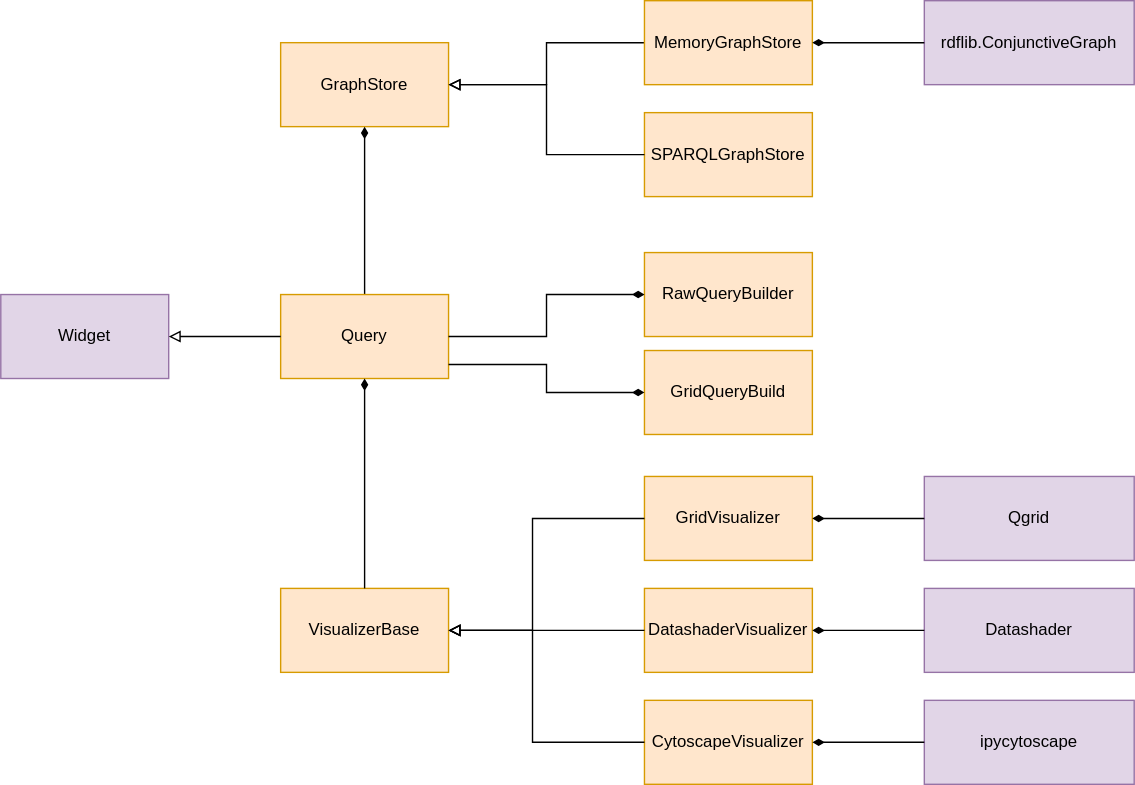
The draw.io diagram design/architecture/architecture.dio.svg in jupyrdf/ipyradiant, before a commit. Source tidied: cells renumbered, new cells last; positions are measured from the earlier drawing's top-left corner, leaving out a move shared by most shapes.
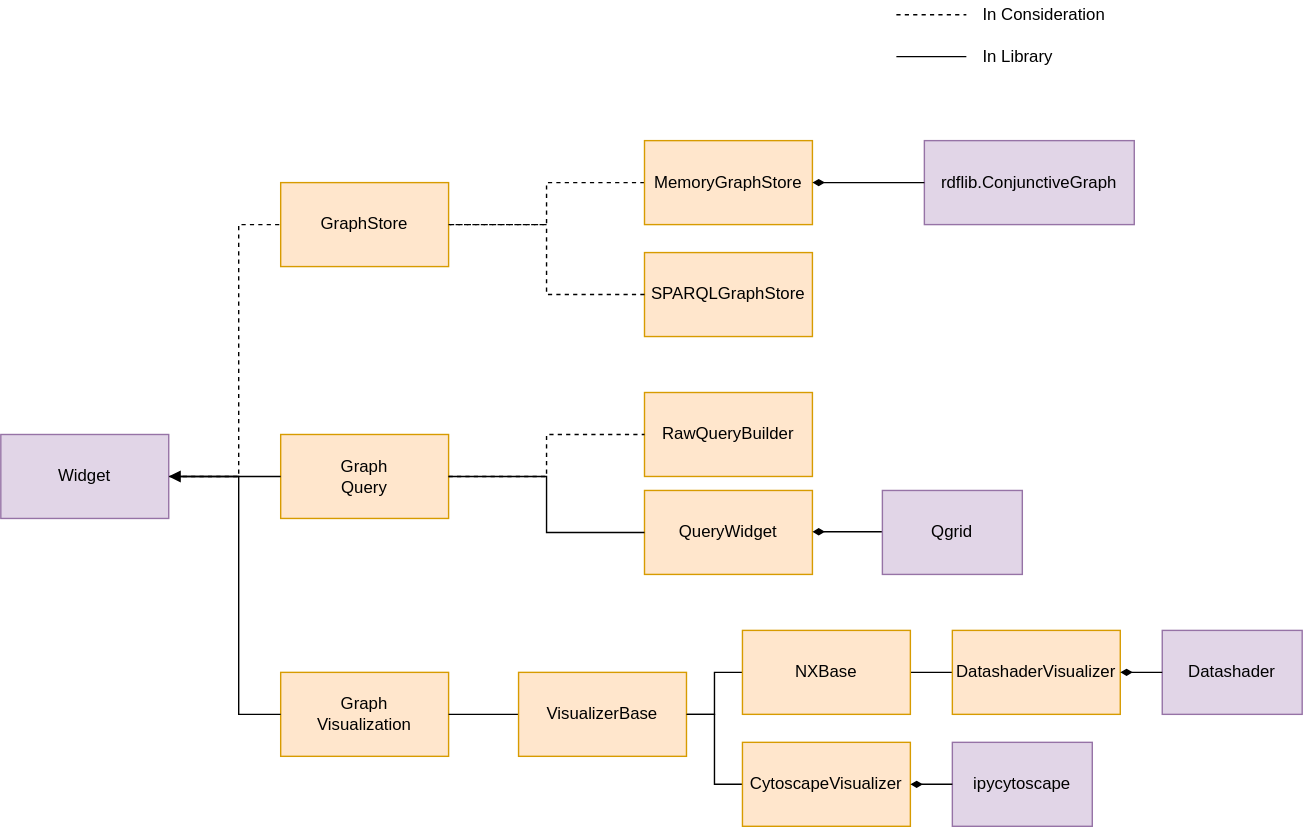
After the change.

Change to the diagram source:
```diff
@@ -5,19 +5,25 @@
     <mxCell id="2" value="GraphStore" style="rounded=0;whiteSpace=wrap;html=1;fillColor=#ffe6cc;strokeColor=#d79b00;" parent="1" vertex="1">
       <mxGeometry x="200" y="30" width="120" height="60" as="geometry" />
     </mxCell>
-    <mxCell id="3" style="edgeStyle=orthogonalEdgeStyle;rounded=0;jettySize=auto;html=1;endArrow=diamondThin;endFill=1;" parent="1" edge="1" source="4" target="2">
-      <mxGeometry relative="1" as="geometry" />
+    <mxCell id="3" style="edgeStyle=orthogonalEdgeStyle;rounded=0;jettySize=auto;html=1;endArrow=none;endFill=0;dashed=1;" parent="1" edge="1" target="2">
+      <mxGeometry relative="1" as="geometry">
+        <mxPoint x="130" y="240" as="sourcePoint" />
+        <Array as="points">
+          <mxPoint x="170" y="240" />
+          <mxPoint x="170" y="60" />
+        </Array>
+      </mxGeometry>
     </mxCell>
-    <mxCell id="4" value="Query" style="rounded=0;whiteSpace=wrap;html=1;fillColor=#ffe6cc;strokeColor=#d79b00;" parent="1" vertex="1">
+    <mxCell id="4" value="Graph&lt;br&gt;Query" style="rounded=0;whiteSpace=wrap;html=1;fillColor=#ffe6cc;strokeColor=#d79b00;" parent="1" vertex="1">
       <mxGeometry x="200" y="210" width="120" height="60" as="geometry" />
     </mxCell>
-    <mxCell id="5" value="VisualizerBase" style="rounded=0;whiteSpace=wrap;html=1;fillColor=#ffe6cc;strokeColor=#d79b00;" parent="1" vertex="1">
-      <mxGeometry x="200" y="420" width="120" height="60" as="geometry" />
+    <mxCell id="5" value="Graph&lt;br&gt;Visualization" style="rounded=0;whiteSpace=wrap;html=1;fillColor=#ffe6cc;strokeColor=#d79b00;" parent="1" vertex="1">
+      <mxGeometry x="200" y="380" width="120" height="60" as="geometry" />
     </mxCell>
     <mxCell id="6" value="RawQueryBuilder" style="rounded=0;whiteSpace=wrap;html=1;fillColor=#ffe6cc;strokeColor=#d79b00;" parent="1" vertex="1">
       <mxGeometry x="460" y="180" width="120" height="60" as="geometry" />
     </mxCell>
-    <mxCell id="7" style="edgeStyle=orthogonalEdgeStyle;rounded=0;jettySize=auto;html=1;endArrow=block;endFill=0;" parent="1" edge="1" source="9" target="2">
+    <mxCell id="7" style="edgeStyle=orthogonalEdgeStyle;rounded=0;jettySize=auto;html=1;endArrow=none;endFill=0;dashed=1;" parent="1" edge="1" source="9" target="2">
       <mxGeometry relative="1" as="geometry" />
     </mxCell>
     <mxCell id="8" value="rdflib.ConjunctiveGraph" style="rounded=0;whiteSpace=wrap;html=1;fillColor=#e1d5e7;strokeColor=#9673a6;" parent="1" vertex="1">
@@ -26,41 +32,36 @@
     <mxCell id="9" value="MemoryGraphStore" style="rounded=0;whiteSpace=wrap;html=1;fillColor=#ffe6cc;strokeColor=#d79b00;" parent="1" vertex="1">
       <mxGeometry x="460" width="120" height="60" as="geometry" />
     </mxCell>
-    <mxCell id="10" style="edgeStyle=orthogonalEdgeStyle;rounded=0;jettySize=auto;html=1;endArrow=diamondThin;endFill=1;" parent="1" edge="1" source="5" target="4">
-      <mxGeometry relative="1" as="geometry" />
+    <mxCell id="10" style="edgeStyle=orthogonalEdgeStyle;rounded=0;jettySize=auto;html=1;endArrow=none;endFill=0;entryX=1;entryY=0.5;entryDx=0;entryDy=0;" parent="1" edge="1" source="5" target="29">
+      <mxGeometry relative="1" as="geometry">
+        <Array as="points">
+          <mxPoint x="170" y="410" />
+          <mxPoint x="170" y="240" />
+        </Array>
+      </mxGeometry>
     </mxCell>
-    <mxCell id="11" style="edgeStyle=orthogonalEdgeStyle;rounded=0;jettySize=auto;html=1;endArrow=diamondThin;endFill=1;" parent="1" edge="1" source="4" target="6">
+    <mxCell id="11" style="edgeStyle=orthogonalEdgeStyle;rounded=0;jettySize=auto;html=1;endArrow=none;endFill=0;dashed=1;" parent="1" edge="1" source="4" target="6">
       <mxGeometry relative="1" as="geometry" />
     </mxCell>
     <mxCell id="12" style="edgeStyle=orthogonalEdgeStyle;rounded=0;jettySize=auto;html=1;endArrow=diamondThin;endFill=1;" parent="1" edge="1" source="8" target="9">
       <mxGeometry relative="1" as="geometry" />
     </mxCell>
+    <mxCell id="31" style="edgeStyle=orthogonalEdgeStyle;rounded=0;jumpStyle=none;jettySize=auto;html=1;exitX=0;exitY=0.5;exitDx=0;exitDy=0;endArrow=none;endFill=0;strokeColor=#000000;" parent="1" edge="1" source="13" target="34">
+      <mxGeometry relative="1" as="geometry" />
+    </mxCell>
     <mxCell id="13" value="CytoscapeVisualizer" style="rounded=0;whiteSpace=wrap;html=1;fillColor=#ffe6cc;strokeColor=#d79b00;" parent="1" vertex="1">
-      <mxGeometry x="460" y="500" width="120" height="60" as="geometry" />
+      <mxGeometry x="530" y="430" width="120" height="60" as="geometry" />
     </mxCell>
-    <mxCell id="14" style="edgeStyle=orthogonalEdgeStyle;rounded=0;jettySize=auto;html=1;endArrow=block;endFill=0;" parent="1" edge="1" source="13" target="5">
-      <mxGeometry relative="1" as="geometry">
-        <Array as="points">
-          <mxPoint x="380" y="530" />
-          <mxPoint x="380" y="450" />
-        </Array>
-      </mxGeometry>
-    </mxCell>
+    <mxCell id="32" style="edgeStyle=orthogonalEdgeStyle;rounded=0;jumpStyle=none;jettySize=auto;html=1;endArrow=none;endFill=0;strokeColor=#000000;" parent="1" edge="1" source="15" target="36">
+      <mxGeometry relative="1" as="geometry" />
+    </mxCell>
     <mxCell id="15" value="DatashaderVisualizer" style="rounded=0;whiteSpace=wrap;html=1;fillColor=#ffe6cc;strokeColor=#d79b00;" parent="1" vertex="1">
-      <mxGeometry x="460" y="420" width="120" height="60" as="geometry" />
+      <mxGeometry x="680" y="350" width="120" height="60" as="geometry" />
     </mxCell>
-    <mxCell id="16" style="edgeStyle=orthogonalEdgeStyle;rounded=0;jettySize=auto;html=1;endArrow=block;endFill=0;" parent="1" edge="1" source="15" target="5">
-      <mxGeometry relative="1" as="geometry">
-        <Array as="points">
-          <mxPoint x="580" y="440" />
-          <mxPoint x="580" y="440" />
-        </Array>
-      </mxGeometry>
-    </mxCell>
     <mxCell id="17" value="SPARQLGraphStore" style="rounded=0;whiteSpace=wrap;html=1;fillColor=#ffe6cc;strokeColor=#d79b00;" parent="1" vertex="1">
       <mxGeometry x="460" y="80" width="120" height="60" as="geometry" />
     </mxCell>
-    <mxCell id="18" style="edgeStyle=orthogonalEdgeStyle;rounded=0;jettySize=auto;html=1;endArrow=block;endFill=0;" parent="1" edge="1" source="17" target="2">
+    <mxCell id="18" style="edgeStyle=orthogonalEdgeStyle;rounded=0;jettySize=auto;html=1;endArrow=none;endFill=0;dashed=1;" parent="1" edge="1" source="17" target="2">
       <mxGeometry relative="1" as="geometry">
         <Array as="points">
           <mxPoint x="390" y="110" />
@@ -68,42 +69,25 @@
         </Array>
       </mxGeometry>
     </mxCell>
-    <mxCell id="19" value="GridVisualizer" style="rounded=0;whiteSpace=wrap;html=1;fillColor=#ffe6cc;strokeColor=#d79b00;" parent="1" vertex="1">
-      <mxGeometry x="460" y="340" width="120" height="60" as="geometry" />
-    </mxCell>
-    <mxCell id="20" style="edgeStyle=orthogonalEdgeStyle;rounded=0;jettySize=auto;html=1;endArrow=block;endFill=0;" parent="1" edge="1" source="19" target="5">
-      <mxGeometry relative="1" as="geometry">
-        <Array as="points">
-          <mxPoint x="380" y="370" />
-          <mxPoint x="380" y="450" />
-        </Array>
-      </mxGeometry>
-    </mxCell>
-    <mxCell id="21" value="GridQueryBuild" style="rounded=0;whiteSpace=wrap;html=1;fillColor=#ffe6cc;strokeColor=#d79b00;" parent="1" vertex="1">
+    <mxCell id="21" value="QueryWidget" style="rounded=0;whiteSpace=wrap;html=1;fillColor=#ffe6cc;strokeColor=#d79b00;" parent="1" vertex="1">
       <mxGeometry x="460" y="250" width="120" height="60" as="geometry" />
     </mxCell>
-    <mxCell id="22" style="edgeStyle=orthogonalEdgeStyle;rounded=0;jettySize=auto;html=1;endArrow=diamondThin;endFill=1;" parent="1" edge="1" source="4" target="21">
+    <mxCell id="22" style="edgeStyle=orthogonalEdgeStyle;rounded=0;jettySize=auto;html=1;endArrow=none;endFill=0;" parent="1" edge="1" source="4" target="21">
       <mxGeometry relative="1" as="geometry">
         <Array as="points">
-          <mxPoint x="390" y="260" />
+          <mxPoint x="390" y="240" />
           <mxPoint x="390" y="280" />
         </Array>
       </mxGeometry>
     </mxCell>
-    <mxCell id="23" value="Qgrid" style="rounded=0;whiteSpace=wrap;html=1;fillColor=#e1d5e7;strokeColor=#9673a6;" parent="1" vertex="1">
-      <mxGeometry x="660" y="340" width="150" height="60" as="geometry" />
-    </mxCell>
-    <mxCell id="24" style="edgeStyle=orthogonalEdgeStyle;rounded=0;jettySize=auto;html=1;endArrow=diamondThin;endFill=1;" parent="1" edge="1" source="23" target="19">
-      <mxGeometry relative="1" as="geometry" />
-    </mxCell>
     <mxCell id="25" value="Datashader" style="rounded=0;whiteSpace=wrap;html=1;fillColor=#e1d5e7;strokeColor=#9673a6;" parent="1" vertex="1">
-      <mxGeometry x="660" y="420" width="150" height="60" as="geometry" />
+      <mxGeometry x="830" y="350" width="100" height="60" as="geometry" />
     </mxCell>
     <mxCell id="26" style="edgeStyle=orthogonalEdgeStyle;rounded=0;jettySize=auto;html=1;endArrow=diamondThin;endFill=1;" parent="1" edge="1" source="25" target="15">
       <mxGeometry relative="1" as="geometry" />
     </mxCell>
     <mxCell id="27" value="ipycytoscape" style="rounded=0;whiteSpace=wrap;html=1;fillColor=#e1d5e7;strokeColor=#9673a6;" parent="1" vertex="1">
-      <mxGeometry x="660" y="500" width="150" height="60" as="geometry" />
+      <mxGeometry x="680" y="430" width="100" height="60" as="geometry" />
     </mxCell>
     <mxCell id="28" style="edgeStyle=orthogonalEdgeStyle;rounded=0;jettySize=auto;html=1;endArrow=diamondThin;endFill=1;" parent="1" edge="1" source="27" target="13">
       <mxGeometry relative="1" as="geometry" />
@@ -111,8 +95,47 @@
     <mxCell id="29" value="Widget" style="rounded=0;whiteSpace=wrap;html=1;fillColor=#e1d5e7;strokeColor=#9673a6;" parent="1" vertex="1">
       <mxGeometry y="210" width="120" height="60" as="geometry" />
     </mxCell>
-    <mxCell id="30" style="edgeStyle=orthogonalEdgeStyle;rounded=0;jettySize=auto;html=1;endArrow=block;endFill=0;" parent="1" edge="1" source="4" target="29">
+    <mxCell id="30" style="edgeStyle=orthogonalEdgeStyle;rounded=0;jettySize=auto;html=1;endArrow=block;endFill=1;" parent="1" edge="1" source="4" target="29">
       <mxGeometry relative="1" as="geometry" />
     </mxCell>
+    <mxCell id="33" style="edgeStyle=orthogonalEdgeStyle;rounded=0;jumpStyle=none;jettySize=auto;html=1;exitX=0;exitY=0.5;exitDx=0;exitDy=0;entryX=1;entryY=0.5;entryDx=0;entryDy=0;endArrow=none;endFill=0;strokeColor=#000000;" parent="1" edge="1" source="34" target="5">
+      <mxGeometry relative="1" as="geometry" />
+    </mxCell>
+    <mxCell id="34" value="VisualizerBase" style="rounded=0;whiteSpace=wrap;html=1;fillColor=#ffe6cc;strokeColor=#d79b00;" parent="1" vertex="1">
+      <mxGeometry x="370" y="380" width="120" height="60" as="geometry" />
+    </mxCell>
+    <mxCell id="35" style="edgeStyle=orthogonalEdgeStyle;rounded=0;jumpStyle=none;jettySize=auto;html=1;exitX=0;exitY=0.5;exitDx=0;exitDy=0;entryX=1;entryY=0.5;entryDx=0;entryDy=0;endArrow=none;endFill=0;strokeColor=#000000;" parent="1" edge="1" source="36" target="34">
+      <mxGeometry relative="1" as="geometry" />
+    </mxCell>
+    <mxCell id="36" value="NXBase" style="rounded=0;whiteSpace=wrap;html=1;fillColor=#ffe6cc;strokeColor=#d79b00;" parent="1" vertex="1">
+      <mxGeometry x="530" y="350" width="120" height="60" as="geometry" />
+    </mxCell>
+    <mxCell id="37" style="edgeStyle=orthogonalEdgeStyle;rounded=0;orthogonalLoop=1;jettySize=auto;html=1;endArrow=diamondThin;endFill=1;" parent="1" edge="1">
+      <mxGeometry relative="1" as="geometry">
+        <mxPoint x="630" y="279.5" as="sourcePoint" />
+        <mxPoint x="580" y="279.5" as="targetPoint" />
+      </mxGeometry>
+    </mxCell>
+    <mxCell id="23" value="Qgrid" style="rounded=0;whiteSpace=wrap;html=1;fillColor=#e1d5e7;strokeColor=#9673a6;" parent="1" vertex="1">
+      <mxGeometry x="630" y="250" width="100" height="60" as="geometry" />
+    </mxCell>
+    <mxCell id="38" style="endArrow=none;html=1;dashed=1;strokeColor=#000000;" parent="1" edge="1">
+      <mxGeometry relative="1" as="geometry">
+        <mxPoint x="640" y="-90" as="sourcePoint" />
+        <mxPoint x="690" y="-90" as="targetPoint" />
+      </mxGeometry>
+    </mxCell>
+    <mxCell id="39" value="In Consideration" style="text;html=1;strokeColor=none;fillColor=none;align=left;verticalAlign=middle;whiteSpace=wrap;rounded=0;" parent="1" vertex="1">
+      <mxGeometry x="700" y="-100" width="100" height="20" as="geometry" />
+    </mxCell>
+    <mxCell id="40" style="endArrow=none;html=1;strokeColor=#000000;" parent="1" edge="1">
+      <mxGeometry relative="1" as="geometry">
+        <mxPoint x="640" y="-60" as="sourcePoint" />
+        <mxPoint x="690" y="-60" as="targetPoint" />
+      </mxGeometry>
+    </mxCell>
+    <mxCell id="41" value="In Library" style="text;html=1;strokeColor=none;fillColor=none;align=left;verticalAlign=middle;whiteSpace=wrap;rounded=0;" parent="1" vertex="1">
+      <mxGeometry x="700" y="-70" width="100" height="20" as="geometry" />
+    </mxCell>
   </root>
 </mxGraphModel>
```
